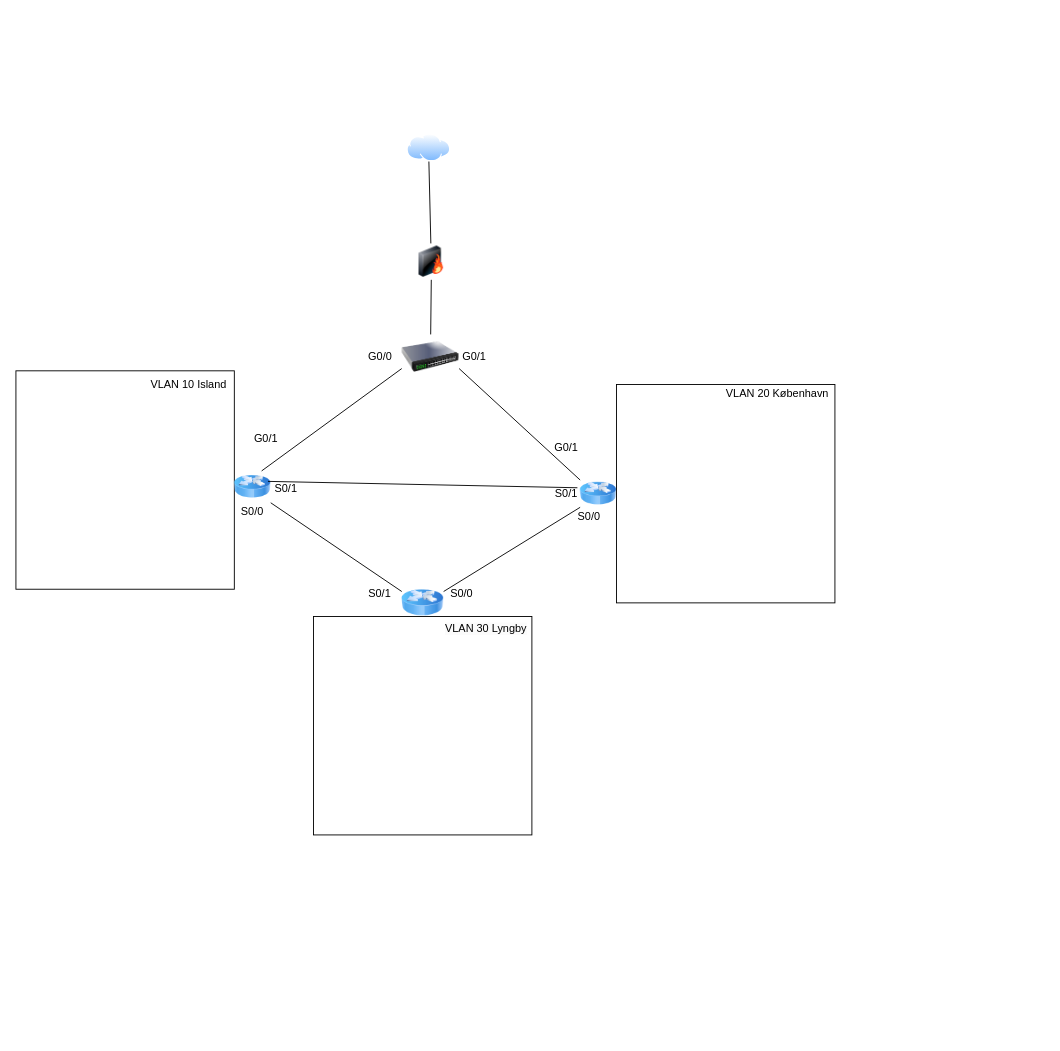
Earlier version of the draw.io diagram svendeprøve poc.drawio (CodyPhantom/Thecodyphantom). Source tidied: cells renumbered, new cells numbered last; positions are measured from the earlier drawing's top-left corner, leaving out a move shared by most shapes. Both pictures are drawn from the tidied source at 91%, with x=0, y=0 at pixel (15, 134).
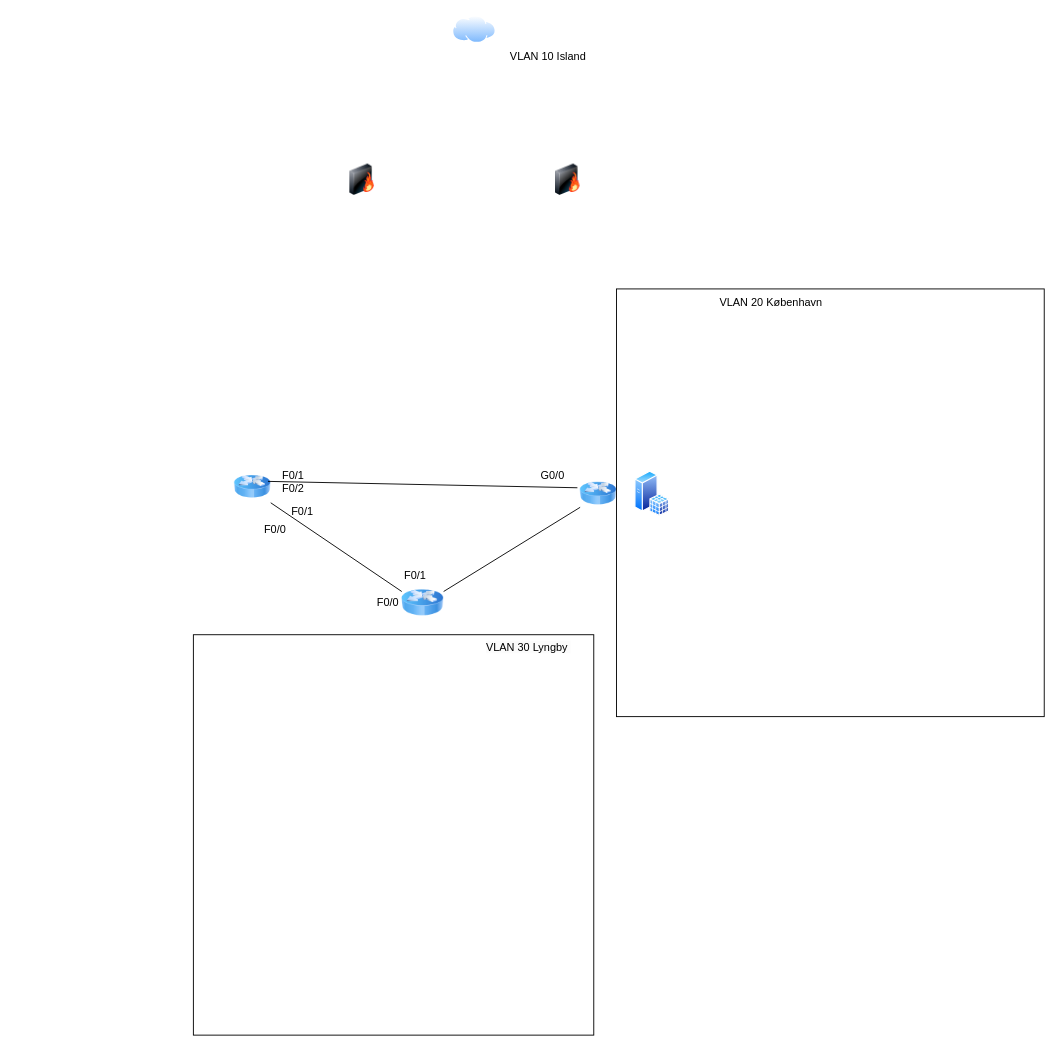
After the change.

The change refers to these unchanged cells:
```xml
<mxCell id="4" style="image;html=1;image=img/lib/clip_art/networking/Router_Icon_128x128.png;" parent="1" vertex="1">
  <mxGeometry x="240" y="370" width="40" height="35" as="geometry" />
</mxCell>
<mxCell id="6" style="image;html=1;image=img/lib/clip_art/networking/Router_Icon_128x128.png;" parent="1" vertex="1">
  <mxGeometry x="620" y="380" width="40" height="30" as="geometry" />
</mxCell>
```

Change to the diagram source:
```diff
@@
     <mxCell id="2" style="whiteSpace=wrap;html=1;" parent="1" vertex="1">
-      <mxGeometry x="327" y="530" width="240" height="240" as="geometry" />
+      <mxGeometry x="195" y="550" width="440" height="440" as="geometry" />
     </mxCell>
-    <mxCell id="3" style="whiteSpace=wrap;html=1;" parent="1" vertex="1">
-      <mxGeometry y="260" width="240" height="240" as="geometry" />
-    </mxCell>
@@
     <mxCell id="7" style="image;html=1;image=img/lib/clip_art/networking/Firewall-page1_128x128.png;" parent="1" vertex="1">
-      <mxGeometry x="442.9" y="120" width="27.1" height="40" as="geometry" />
+      <mxGeometry x="366.9" y="30" width="27.1" height="40" as="geometry" />
     </mxCell>
@@
-    <mxCell id="10" style="endArrow=none;html=1;rounded=0;exitX=1;exitY=0.75;exitDx=0;exitDy=0;entryX=0;entryY=0;entryDx=0;entryDy=0;" parent="1" edge="1" source="21" target="6">
-      <mxGeometry relative="1" as="geometry" />
-    </mxCell>
     <mxCell id="11" style="image;perimeter=ellipsePerimeter;html=1;align=center;shadow=0;dashed=0;spacingTop=3;image=img/lib/active_directory/internet_cloud.svg;" parent="1" vertex="1">
-      <mxGeometry x="430" width="47.6" height="30" as="geometry" />
+      <mxGeometry x="480" y="-130" width="47.6" height="30" as="geometry" />
     </mxCell>
-    <mxCell id="12" style="endArrow=none;html=1;rounded=0;entryX=0.5;entryY=1;entryDx=0;entryDy=0;" parent="1" edge="1" source="7" target="11">
-      <mxGeometry relative="1" as="geometry" />
-    </mxCell>
     <mxCell id="13" style="whiteSpace=wrap;html=1;" parent="1" vertex="1">
-      <mxGeometry x="660" y="275" width="240" height="240" as="geometry" />
+      <mxGeometry x="660" y="170" width="470" height="470" as="geometry" />
     </mxCell>
     <mxCell id="14" value="VLAN 10 Island" style="text;html=1;strokeColor=none;fillColor=none;align=center;verticalAlign=middle;whiteSpace=wrap;rounded=0;" parent="1" vertex="1">
-      <mxGeometry x="120" y="260" width="140" height="30" as="geometry" />
+      <mxGeometry x="515" y="-100" width="140" height="30" as="geometry" />
     </mxCell>
     <mxCell id="15" value="VLAN 20 København" style="text;html=1;strokeColor=none;fillColor=none;align=center;verticalAlign=middle;whiteSpace=wrap;rounded=0;" parent="1" vertex="1">
-      <mxGeometry x="757" y="270" width="160" height="30" as="geometry" />
+      <mxGeometry x="750" y="170" width="160" height="30" as="geometry" />
     </mxCell>
-    <mxCell id="16" value="&lt;span style=&quot;color: rgb(0, 0, 0); font-family: Helvetica; font-size: 12px; font-style: normal; font-variant-ligatures: normal; font-variant-caps: normal; font-weight: 400; letter-spacing: normal; orphans: 2; text-align: center; text-indent: 0px; text-transform: none; widows: 2; word-spacing: 0px; -webkit-text-stroke-width: 0px; background-color: rgb(251, 251, 251); text-decoration-thickness: initial; text-decoration-style: initial; text-decoration-color: initial; float: none; display: inline !important;&quot;&gt;VLAN 30 Lyngby&lt;/span&gt;" style="text;whiteSpace=wrap;html=1;" parent="1" vertex="1">
-      <mxGeometry x="470" y="530" width="150" height="30" as="geometry" />
+    <mxCell id="16" value="&lt;span style=&quot;color: rgb(0, 0, 0); font-family: Helvetica; font-size: 12px; font-style: normal; font-variant-ligatures: normal; font-variant-caps: normal; font-weight: 400; letter-spacing: normal; orphans: 2; text-align: center; text-indent: 0px; text-transform: none; widows: 2; word-spacing: 0px; -webkit-text-stroke-width: 0px; background-color: rgb(251, 251, 251); text-decoration-thickness: initial; text-decoration-style: initial; text-decoration-color: initial; float: none; display: inline !important;&quot;&gt;VLAN 30 Lyngby&amp;nbsp;&lt;/span&gt;" style="text;whiteSpace=wrap;html=1;" parent="1" vertex="1">
+      <mxGeometry x="515" y="550" width="150" height="30" as="geometry" />
     </mxCell>
-    <mxCell id="17" value="S0/0" style="text;html=1;strokeColor=none;fillColor=none;align=center;verticalAlign=middle;whiteSpace=wrap;rounded=0;" parent="1" vertex="1">
-      <mxGeometry x="230" y="400" width="60" height="30" as="geometry" />
-    </mxCell>
-    <mxCell id="18" value="S0/0" style="text;html=1;strokeColor=none;fillColor=none;align=center;verticalAlign=middle;whiteSpace=wrap;rounded=0;" parent="1" vertex="1">
-      <mxGeometry x="460" y="490" width="60" height="30" as="geometry" />
-    </mxCell>
-    <mxCell id="19" value="S0/0" style="text;html=1;strokeColor=none;fillColor=none;align=center;verticalAlign=middle;whiteSpace=wrap;rounded=0;" parent="1" vertex="1">
-      <mxGeometry x="600" y="405" width="60" height="30" as="geometry" />
-    </mxCell>
-    <mxCell id="20" value="S0/1" style="text;html=1;strokeColor=none;fillColor=none;align=center;verticalAlign=middle;whiteSpace=wrap;rounded=0;" parent="1" vertex="1">
-      <mxGeometry x="370" y="490" width="60" height="30" as="geometry" />
-    </mxCell>
-    <mxCell id="21" style="image;html=1;image=img/lib/clip_art/networking/Switch_128x128.png;" parent="1" vertex="1">
-      <mxGeometry x="424" y="220" width="63" height="50" as="geometry" />
-    </mxCell>
@@
-    <mxCell id="23" style="endArrow=none;html=1;rounded=0;exitX=0;exitY=0.75;exitDx=0;exitDy=0;entryX=0.75;entryY=0;entryDx=0;entryDy=0;" parent="1" edge="1" source="21" target="4">
-      <mxGeometry relative="1" as="geometry" />
-    </mxCell>
-    <mxCell id="24" value="G0/1" style="text;html=1;strokeColor=none;fillColor=none;align=center;verticalAlign=middle;whiteSpace=wrap;rounded=0;" parent="1" vertex="1">
-      <mxGeometry x="260" y="320" width="30" height="30" as="geometry" />
+    <mxCell id="24" value="F0/1" style="text;html=1;strokeColor=none;fillColor=none;align=center;verticalAlign=middle;whiteSpace=wrap;rounded=0;" parent="1" vertex="1">
+      <mxGeometry x="300" y="400" width="30" height="30" as="geometry" />
     </mxCell>
-    <mxCell id="25" value="G0/1" style="text;html=1;strokeColor=none;fillColor=none;align=center;verticalAlign=middle;whiteSpace=wrap;rounded=0;" parent="1" vertex="1">
-      <mxGeometry x="590" y="330" width="30" height="30" as="geometry" />
-    </mxCell>
-    <mxCell id="26" value="S0/1" style="text;html=1;strokeColor=none;fillColor=none;align=center;verticalAlign=middle;whiteSpace=wrap;rounded=0;" parent="1" vertex="1">
-      <mxGeometry x="267" y="375" width="60" height="30" as="geometry" />
-    </mxCell>
-    <mxCell id="27" value="S0/1" style="text;html=1;strokeColor=none;fillColor=none;align=center;verticalAlign=middle;whiteSpace=wrap;rounded=0;" parent="1" vertex="1">
-      <mxGeometry x="575" y="380" width="60" height="30" as="geometry" />
-    </mxCell>
-    <mxCell id="28" value="G0/1" style="text;html=1;strokeColor=none;fillColor=none;align=center;verticalAlign=middle;whiteSpace=wrap;rounded=0;" parent="1" vertex="1">
-      <mxGeometry x="489" y="230" width="30" height="30" as="geometry" />
-    </mxCell>
+    <mxCell id="31" style="image;perimeter=ellipsePerimeter;html=1;align=center;shadow=0;dashed=0;spacingTop=3;image=img/lib/active_directory/sql_server.svg;" parent="1" vertex="1">
+      <mxGeometry x="680" y="370" width="38.5" height="50" as="geometry" />
+    </mxCell>
+    <mxCell id="32" value="F0/0" style="text;html=1;strokeColor=none;fillColor=none;align=center;verticalAlign=middle;whiteSpace=wrap;rounded=0;" parent="1" vertex="1">
+      <mxGeometry x="270" y="420" width="30" height="30" as="geometry" />
+    </mxCell>
     <mxCell id="29" value="G0/0" style="text;html=1;strokeColor=none;fillColor=none;align=center;verticalAlign=middle;whiteSpace=wrap;rounded=0;" parent="1" vertex="1">
-      <mxGeometry x="384.8" y="240" width="30.5" height="10" as="geometry" />
+      <mxGeometry x="575" y="360" width="30" height="30" as="geometry" />
     </mxCell>
-    <mxCell id="30" style="endArrow=none;html=1;rounded=0;exitX=0.5;exitY=1;exitDx=0;exitDy=0;" parent="1" edge="1" source="7" target="21">
-      <mxGeometry relative="1" as="geometry" />
-    </mxCell>
+    <mxCell id="33" value="F0/0" style="text;html=1;strokeColor=none;fillColor=none;align=center;verticalAlign=middle;whiteSpace=wrap;rounded=0;" parent="1" vertex="1">
+      <mxGeometry x="394" y="500" width="30" height="30" as="geometry" />
+    </mxCell>
+    <mxCell id="34" value="F0/1" style="text;html=1;strokeColor=none;fillColor=none;align=center;verticalAlign=middle;whiteSpace=wrap;rounded=0;" parent="1" vertex="1">
+      <mxGeometry x="424" y="470" width="30" height="30" as="geometry" />
+    </mxCell>
+    <mxCell id="35" value="F0/1" style="text;html=1;strokeColor=none;fillColor=none;align=center;verticalAlign=middle;whiteSpace=wrap;rounded=0;" parent="1" vertex="1">
+      <mxGeometry x="290" y="360" width="30" height="30" as="geometry" />
+    </mxCell>
+    <mxCell id="36" value="F0/2" style="text;html=1;strokeColor=none;fillColor=none;align=center;verticalAlign=middle;whiteSpace=wrap;rounded=0;" parent="1" vertex="1">
+      <mxGeometry x="290" y="375" width="30" height="30" as="geometry" />
+    </mxCell>
+    <mxCell id="37" style="image;html=1;image=img/lib/clip_art/networking/Firewall-page1_128x128.png;" parent="1" vertex="1">
+      <mxGeometry x="592.9" y="30" width="27.1" height="40" as="geometry" />
+    </mxCell>
```
